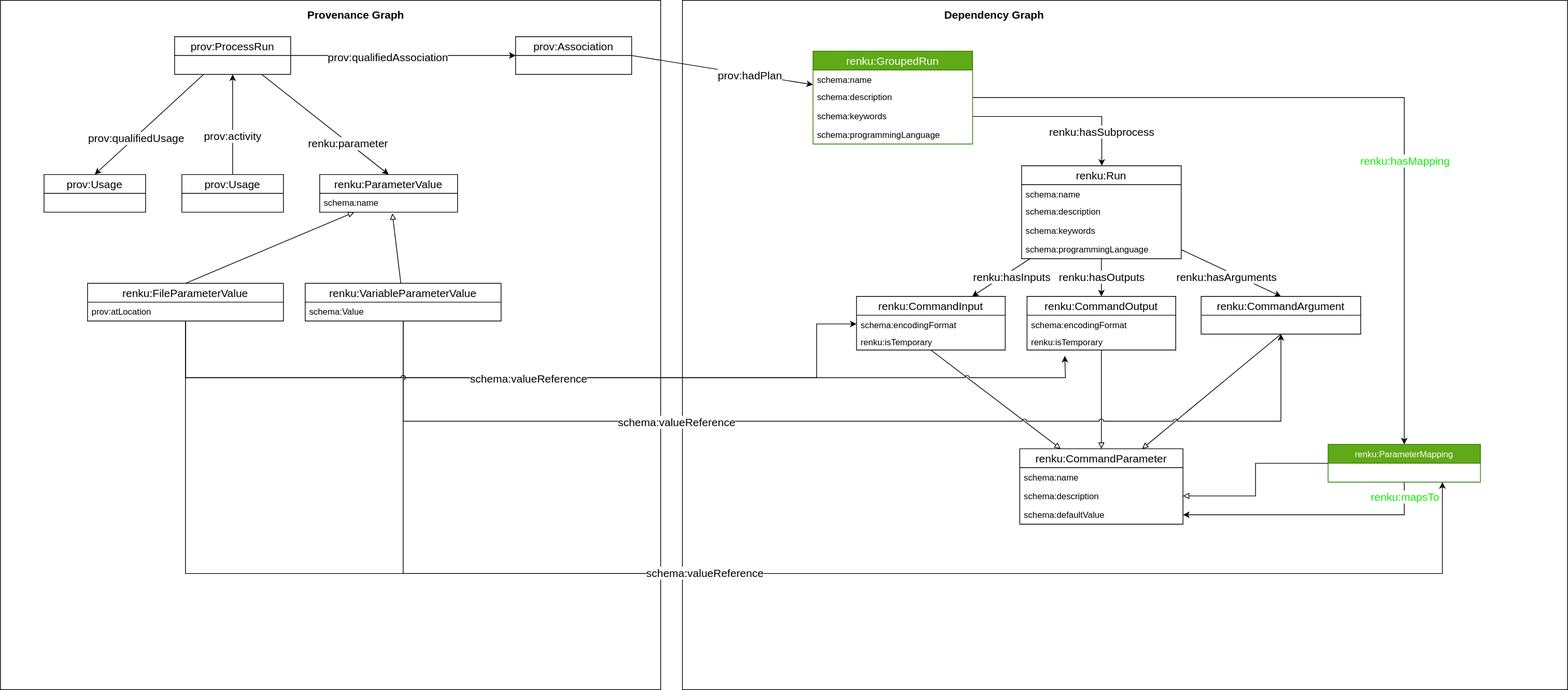
This is design/001-new-workflow-commands/grouped-run-metadata.svg from SwissDataScienceCenter/renku-python, a draw.io export, as it was before one commit. Source tidied: cells renumbered, new cells last; positions are measured from the earlier drawing's top-left corner, leaving out a move shared by most shapes.
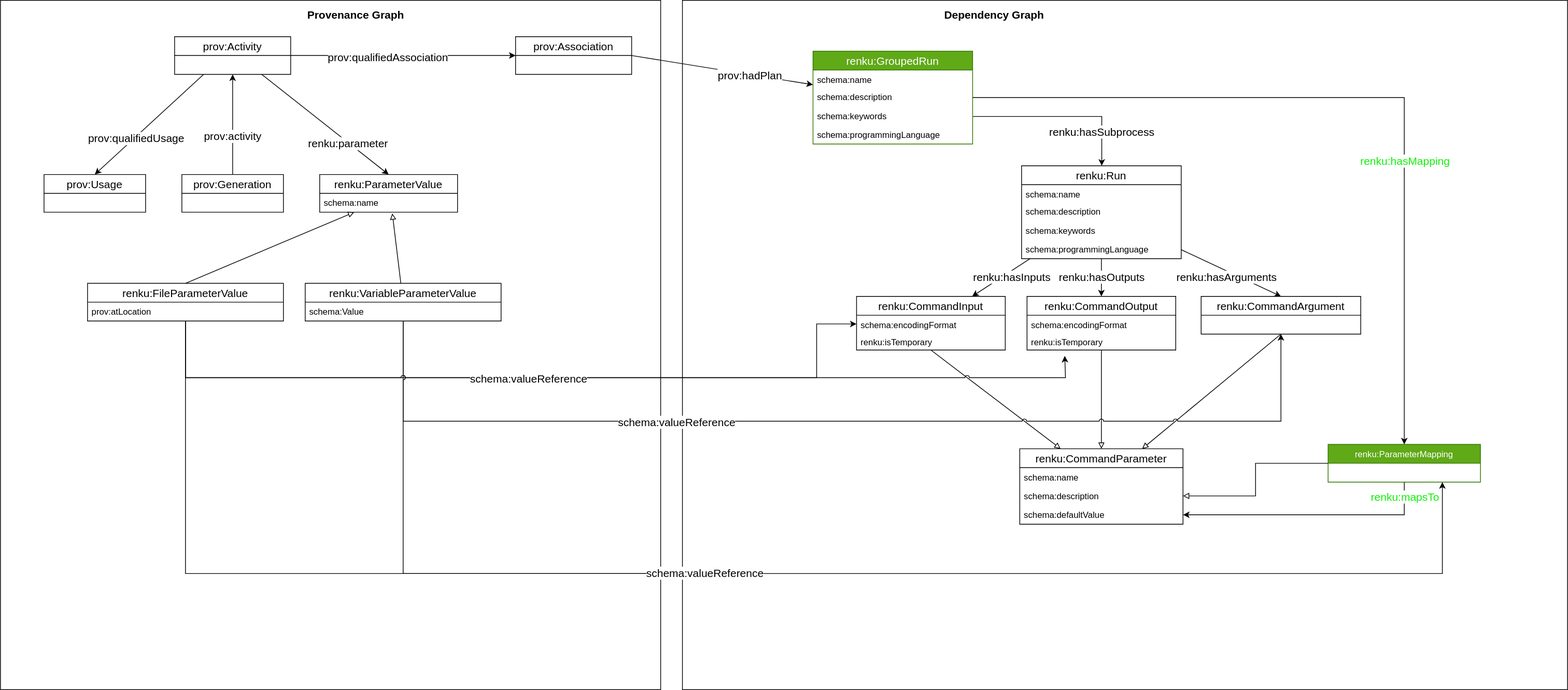
Above is the later version.

What changed in the source:
```diff
@@ -8,13 +8,13 @@
     <mxCell id="3" value="Provenance Graph" style="text;html=1;strokeColor=none;fillColor=none;align=center;verticalAlign=middle;whiteSpace=wrap;rounded=0;fontStyle=1;fontSize=15;" parent="1" vertex="1">
       <mxGeometry x="400" y="10" width="180" height="20" as="geometry" />
     </mxCell>
-    <mxCell id="4" value="prov:ProcessRun" style="swimlane;fontStyle=0;horizontal=1;startSize=26;fillColor=none;fontSize=15;" parent="1" vertex="1">
+    <mxCell id="4" value="prov:Activity" style="swimlane;fontStyle=0;horizontal=1;startSize=26;fillColor=none;fontSize=15;" parent="1" vertex="1">
       <mxGeometry x="240" y="50" width="160" height="52" as="geometry" />
     </mxCell>
     <mxCell id="5" value="prov:Usage" style="swimlane;fontStyle=0;horizontal=1;startSize=26;fillColor=none;fontSize=15;" parent="1" vertex="1">
       <mxGeometry x="60" y="240" width="140" height="52" as="geometry" />
     </mxCell>
-    <mxCell id="6" value="prov:Usage" style="swimlane;fontStyle=0;horizontal=1;startSize=26;fillColor=none;fontSize=15;" parent="1" vertex="1">
+    <mxCell id="6" value="prov:Generation" style="swimlane;fontStyle=0;horizontal=1;startSize=26;fillColor=none;fontSize=15;" parent="1" vertex="1">
       <mxGeometry x="250" y="240" width="140" height="52" as="geometry" />
     </mxCell>
     <mxCell id="7" value="renku:ParameterValue" style="swimlane;fontStyle=0;horizontal=1;startSize=26;fillColor=none;fontSize=15;" parent="1" vertex="1">
```
